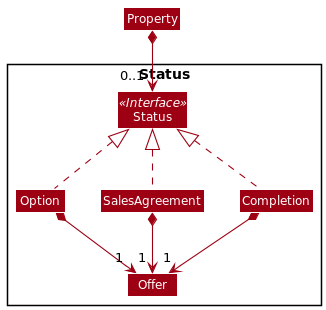
Before: docs/images/StatusClassDiagram.png, a diagram exported from PlantUML (nus-cs2103-AY2021S2/tp).
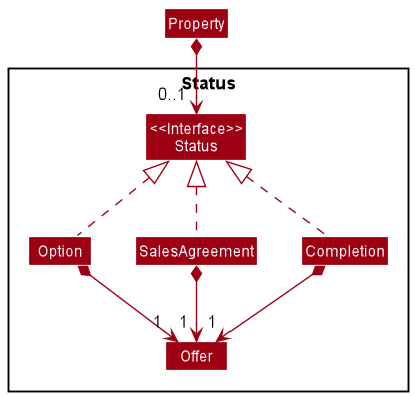
The same diagram one commit later.

Commit message:
Remove italics font for Status interface in StatusClassDiagram

Change to the diagram source:
```diff
@@ -5,7 +5,7 @@
 skinparam classBackgroundColor MODEL_COLOR
 
 Package Status <<Rectangle>> {
-    Class Status <<Interface>> {
+    Class "<<Interface>>\nStatus" as Status {
         +next()
     }
     Class Option implements Status {
```
